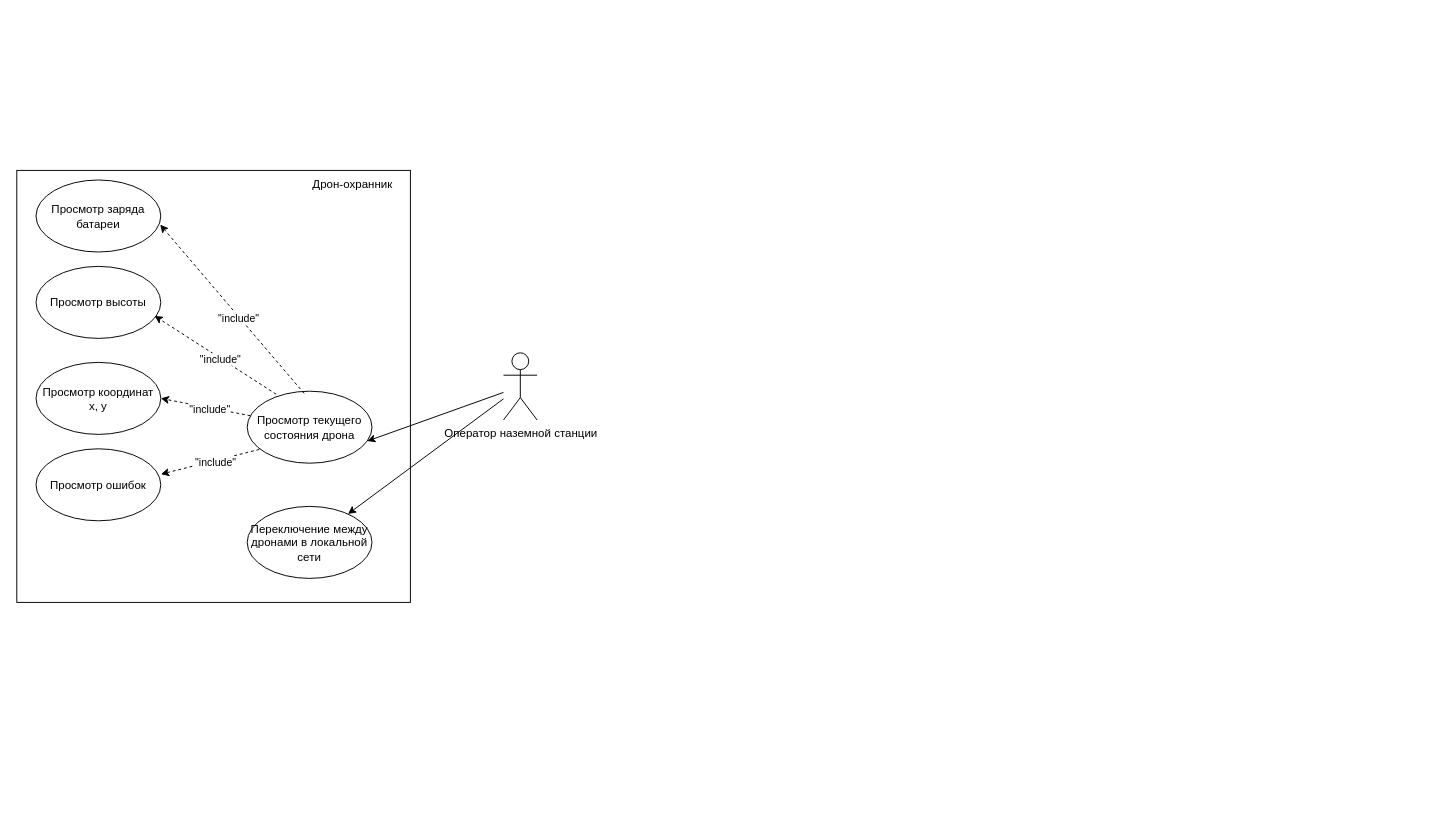
zimkov/system-engineering-playbook keeps this draw.io diagram as src/diagrams/uml-use-case/use-case1.drawio. Above is the earlier version. Source tidied: cells renumbered, new cells numbered last; positions are measured from the earlier drawing's top-left corner, leaving out a move shared by most shapes. Both pictures are drawn from the tidied source at 96%, with x=0, y=0 at pixel (16, 170).
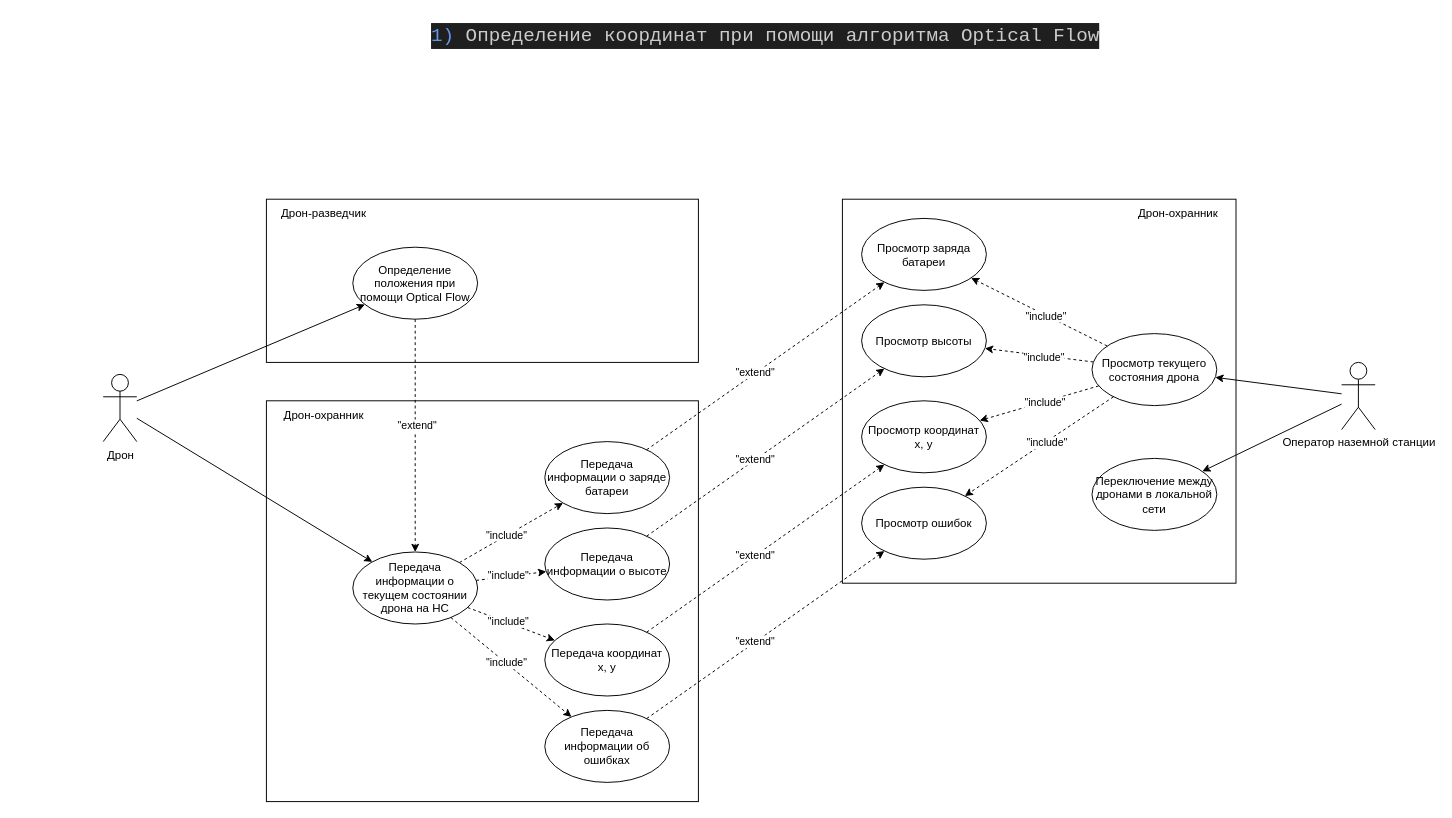
Above is the later version.

Commit message (it also covers changes not shown here):
use-case

What changed in the source:
```diff
@@
     <mxCell id="2" style="rounded=0;whiteSpace=wrap;html=1;fillColor=none;" parent="1" vertex="1">
-      <mxGeometry width="410" height="450" as="geometry" />
+      <mxGeometry x="860" y="30" width="410" height="400" as="geometry" />
     </mxCell>
-    <mxCell id="3" style="rounded=0;jettySize=auto;html=1;entryX=0.962;entryY=0.693;entryDx=0;entryDy=0;entryPerimeter=0;" parent="1" edge="1" source="5" target="6">
+    <mxCell id="3" style="rounded=0;jettySize=auto;html=1;" parent="1" edge="1" source="5" target="6">
       <mxGeometry relative="1" as="geometry" />
     </mxCell>
@@
     <mxCell id="5" value="Оператор наземной станции" style="shape=umlActor;verticalLabelPosition=bottom;verticalAlign=top;html=1;outlineConnect=0;" parent="1" vertex="1">
-      <mxGeometry x="507" y="190" width="35" height="70" as="geometry" />
+      <mxGeometry x="1380" y="200" width="35" height="70" as="geometry" />
     </mxCell>
     <mxCell id="6" value="Просмотр текущего состояния дрона" style="ellipse;whiteSpace=wrap;html=1;verticalAlign=middle;" parent="1" vertex="1">
-      <mxGeometry x="240" y="230" width="130" height="75" as="geometry" />
+      <mxGeometry x="1120" y="170" width="130" height="75" as="geometry" />
     </mxCell>
     <mxCell id="7" value="Просмотр координат x, y" style="ellipse;whiteSpace=wrap;html=1;verticalAlign=middle;" parent="1" vertex="1">
-      <mxGeometry x="20" y="200" width="130" height="75" as="geometry" />
+      <mxGeometry x="880" y="240" width="130" height="75" as="geometry" />
     </mxCell>
     <mxCell id="8" value="Просмотр высоты" style="ellipse;whiteSpace=wrap;html=1;verticalAlign=middle;" parent="1" vertex="1">
-      <mxGeometry x="20" y="100" width="130" height="75" as="geometry" />
+      <mxGeometry x="880" y="140" width="130" height="75" as="geometry" />
     </mxCell>
     <mxCell id="9" value="Просмотр заряда батареи" style="ellipse;whiteSpace=wrap;html=1;verticalAlign=middle;" parent="1" vertex="1">
-      <mxGeometry x="20" y="10" width="130" height="75" as="geometry" />
+      <mxGeometry x="880" y="50" width="130" height="75" as="geometry" />
     </mxCell>
     <mxCell id="10" value="Просмотр ошибок" style="ellipse;whiteSpace=wrap;html=1;verticalAlign=middle;" parent="1" vertex="1">
-      <mxGeometry x="20" y="290" width="130" height="75" as="geometry" />
+      <mxGeometry x="880" y="330" width="130" height="75" as="geometry" />
     </mxCell>
-    <mxCell id="11" style="rounded=0;jettySize=auto;html=1;dashed=1;entryX=1.001;entryY=0.353;entryDx=0;entryDy=0;entryPerimeter=0;exitX=0.097;exitY=0.809;exitDx=0;exitDy=0;exitPerimeter=0;" parent="1" edge="1" source="6" target="10">
+    <mxCell id="11" style="rounded=0;jettySize=auto;html=1;dashed=1;" parent="1" edge="1" source="6" target="10">
       <mxGeometry relative="1" as="geometry" />
     </mxCell>
@@
-    <mxCell id="13" style="rounded=0;jettySize=auto;html=1;dashed=1;entryX=0.995;entryY=0.62;entryDx=0;entryDy=0;entryPerimeter=0;exitX=0.456;exitY=0.031;exitDx=0;exitDy=0;exitPerimeter=0;" parent="1" edge="1" source="6" target="9">
+    <mxCell id="13" style="rounded=0;jettySize=auto;html=1;dashed=1;" parent="1" edge="1" source="6" target="9">
       <mxGeometry relative="1" as="geometry" />
     </mxCell>
@@
-    <mxCell id="15" style="rounded=0;jettySize=auto;html=1;dashed=1;entryX=0.95;entryY=0.687;entryDx=0;entryDy=0;entryPerimeter=0;exitX=0.232;exitY=0.042;exitDx=0;exitDy=0;exitPerimeter=0;" parent="1" edge="1" source="6" target="8">
+    <mxCell id="15" style="rounded=0;jettySize=auto;html=1;dashed=1;" parent="1" edge="1" source="6" target="8">
       <mxGeometry relative="1" as="geometry" />
     </mxCell>
@@
-    <mxCell id="17" style="rounded=0;jettySize=auto;html=1;dashed=1;entryX=1;entryY=0.5;entryDx=0;entryDy=0;" parent="1" edge="1" source="6" target="7">
+    <mxCell id="17" style="rounded=0;jettySize=auto;html=1;dashed=1;" parent="1" edge="1" source="6" target="7">
       <mxGeometry relative="1" as="geometry" />
     </mxCell>
@@
     <mxCell id="19" value="Переключение между дронами в локальной сети" style="ellipse;whiteSpace=wrap;html=1;verticalAlign=middle;" parent="1" vertex="1">
-      <mxGeometry x="240" y="350" width="130" height="75" as="geometry" />
+      <mxGeometry x="1120" y="300" width="130" height="75" as="geometry" />
     </mxCell>
     <mxCell id="20" value="Дрон-охранник" style="text;html=1;align=center;verticalAlign=middle;whiteSpace=wrap;rounded=0;" parent="1" vertex="1">
-      <mxGeometry x="290" width="120" height="30" as="geometry" />
+      <mxGeometry x="1150" y="30" width="120" height="30" as="geometry" />
     </mxCell>
+    <mxCell id="21" value="&lt;div style=&quot;color: #cccccc;background-color: #1f1f1f;font-family: Consolas, 'Courier New', monospace;font-weight: normal;font-size: 20px;line-height: 27px;white-space: pre;&quot;&gt;&lt;div&gt;&lt;span style=&quot;color: #6796e6;&quot;&gt;1)&lt;/span&gt;&lt;span style=&quot;color: #cccccc;&quot;&gt; Определение координат при помощи алгоритма Optical Flow&lt;/span&gt;&lt;/div&gt;&lt;/div&gt;" style="text;whiteSpace=wrap;html=1;" parent="1" vertex="1">
+      <mxGeometry x="430" y="-160" width="660" height="50" as="geometry" />
+    </mxCell>
+    <mxCell id="22" style="rounded=0;whiteSpace=wrap;html=1;fillColor=none;" parent="1" vertex="1">
+      <mxGeometry x="260" y="240" width="450" height="417.5" as="geometry" />
+    </mxCell>
+    <mxCell id="23" style="rounded=0;whiteSpace=wrap;html=1;fillColor=none;" parent="1" vertex="1">
+      <mxGeometry x="260" y="30" width="450" height="170" as="geometry" />
+    </mxCell>
+    <mxCell id="24" style="rounded=0;jettySize=auto;html=1;" parent="1" edge="1" source="26" target="28">
+      <mxGeometry relative="1" as="geometry" />
+    </mxCell>
+    <mxCell id="25" style="rounded=0;jettySize=auto;html=1;" parent="1" edge="1" source="26" target="27">
+      <mxGeometry relative="1" as="geometry" />
+    </mxCell>
+    <mxCell id="26" value="Дрон" style="shape=umlActor;verticalLabelPosition=bottom;verticalAlign=top;html=1;outlineConnect=0;" parent="1" vertex="1">
+      <mxGeometry x="90" y="212.5" width="35" height="70" as="geometry" />
+    </mxCell>
+    <mxCell id="27" value="Определение положения при помощи Optical Flow" style="ellipse;whiteSpace=wrap;html=1;verticalAlign=middle;" parent="1" vertex="1">
+      <mxGeometry x="350" y="80" width="130" height="75" as="geometry" />
+    </mxCell>
+    <mxCell id="28" value="Передача информации о текущем состоянии дрона на НС" style="ellipse;whiteSpace=wrap;html=1;verticalAlign=middle;" parent="1" vertex="1">
+      <mxGeometry x="350" y="397.5" width="130" height="75" as="geometry" />
+    </mxCell>
+    <mxCell id="29" value="Передача координат x, y" style="ellipse;whiteSpace=wrap;html=1;verticalAlign=middle;" parent="1" vertex="1">
+      <mxGeometry x="550" y="472.5" width="130" height="75" as="geometry" />
+    </mxCell>
+    <mxCell id="30" value="Передача информации о высоте" style="ellipse;whiteSpace=wrap;html=1;verticalAlign=middle;" parent="1" vertex="1">
+      <mxGeometry x="550" y="372.5" width="130" height="75" as="geometry" />
+    </mxCell>
+    <mxCell id="31" value="Передача информации о заряде батареи" style="ellipse;whiteSpace=wrap;html=1;verticalAlign=middle;" parent="1" vertex="1">
+      <mxGeometry x="550" y="282.5" width="130" height="75" as="geometry" />
+    </mxCell>
+    <mxCell id="32" value="Передача информации об ошибках" style="ellipse;whiteSpace=wrap;html=1;verticalAlign=middle;" parent="1" vertex="1">
+      <mxGeometry x="550" y="562.5" width="130" height="75" as="geometry" />
+    </mxCell>
+    <mxCell id="33" style="rounded=0;jettySize=auto;html=1;dashed=1;" parent="1" edge="1" source="28" target="32">
+      <mxGeometry relative="1" as="geometry" />
+    </mxCell>
+    <mxCell id="34" value="&quot;include&quot;" style="edgeLabel;html=1;align=center;verticalAlign=middle;" parent="33" vertex="1">
+      <mxGeometry x="-0.09" y="1" relative="1" as="geometry" />
+    </mxCell>
+    <mxCell id="35" style="rounded=0;jettySize=auto;html=1;dashed=1;" parent="1" edge="1" source="28" target="31">
+      <mxGeometry relative="1" as="geometry" />
+    </mxCell>
+    <mxCell id="36" value="&quot;include&quot;" style="edgeLabel;html=1;align=center;verticalAlign=middle;" parent="35" vertex="1">
+      <mxGeometry x="-0.09" y="1" relative="1" as="geometry" />
+    </mxCell>
+    <mxCell id="37" style="rounded=0;jettySize=auto;html=1;dashed=1;" parent="1" edge="1" source="28" target="30">
+      <mxGeometry relative="1" as="geometry" />
+    </mxCell>
+    <mxCell id="38" value="&quot;include&quot;" style="edgeLabel;html=1;align=center;verticalAlign=middle;" parent="37" vertex="1">
+      <mxGeometry x="-0.09" y="1" relative="1" as="geometry" />
+    </mxCell>
+    <mxCell id="39" style="rounded=0;jettySize=auto;html=1;dashed=1;" parent="1" edge="1" source="28" target="29">
+      <mxGeometry relative="1" as="geometry" />
+    </mxCell>
+    <mxCell id="40" value="&quot;include&quot;" style="edgeLabel;html=1;align=center;verticalAlign=middle;" parent="39" vertex="1">
+      <mxGeometry x="-0.09" y="1" relative="1" as="geometry" />
+    </mxCell>
+    <mxCell id="41" value="Дрон-охранник" style="text;html=1;align=center;verticalAlign=middle;whiteSpace=wrap;rounded=0;" parent="1" vertex="1">
+      <mxGeometry x="260" y="240" width="120" height="30" as="geometry" />
+    </mxCell>
+    <mxCell id="42" value="Дрон-разведчик" style="text;html=1;align=center;verticalAlign=middle;whiteSpace=wrap;rounded=0;" parent="1" vertex="1">
+      <mxGeometry x="260" y="30" width="120" height="30" as="geometry" />
+    </mxCell>
+    <mxCell id="43" style="rounded=0;jettySize=auto;html=1;dashed=1;" parent="1" edge="1" source="27" target="28">
+      <mxGeometry relative="1" as="geometry" />
+    </mxCell>
+    <mxCell id="44" value="&quot;extend&quot;" style="edgeLabel;html=1;align=center;verticalAlign=middle;" parent="43" vertex="1">
+      <mxGeometry x="-0.09" y="1" relative="1" as="geometry" />
+    </mxCell>
+    <mxCell id="45" style="rounded=0;jettySize=auto;html=1;dashed=1;" parent="1" edge="1" source="31" target="9">
+      <mxGeometry relative="1" as="geometry" />
+    </mxCell>
+    <mxCell id="46" value="&quot;extend&quot;" style="edgeLabel;html=1;align=center;verticalAlign=middle;" parent="45" vertex="1">
+      <mxGeometry x="-0.09" y="1" relative="1" as="geometry" />
+    </mxCell>
+    <mxCell id="47" style="rounded=0;jettySize=auto;html=1;dashed=1;" parent="1" edge="1" source="30" target="8">
+      <mxGeometry relative="1" as="geometry" />
+    </mxCell>
+    <mxCell id="48" value="&quot;extend&quot;" style="edgeLabel;html=1;align=center;verticalAlign=middle;" parent="47" vertex="1">
+      <mxGeometry x="-0.09" y="1" relative="1" as="geometry" />
+    </mxCell>
+    <mxCell id="49" style="rounded=0;jettySize=auto;html=1;dashed=1;" parent="1" edge="1" source="29" target="7">
+      <mxGeometry relative="1" as="geometry" />
+    </mxCell>
+    <mxCell id="50" value="&quot;extend&quot;" style="edgeLabel;html=1;align=center;verticalAlign=middle;" parent="49" vertex="1">
+      <mxGeometry x="-0.09" y="1" relative="1" as="geometry" />
+    </mxCell>
+    <mxCell id="51" style="rounded=0;jettySize=auto;html=1;dashed=1;" parent="1" edge="1" source="32" target="10">
+      <mxGeometry relative="1" as="geometry" />
+    </mxCell>
+    <mxCell id="52" value="&quot;extend&quot;" style="edgeLabel;html=1;align=center;verticalAlign=middle;" parent="51" vertex="1">
+      <mxGeometry x="-0.09" y="1" relative="1" as="geometry" />
+    </mxCell>
```
